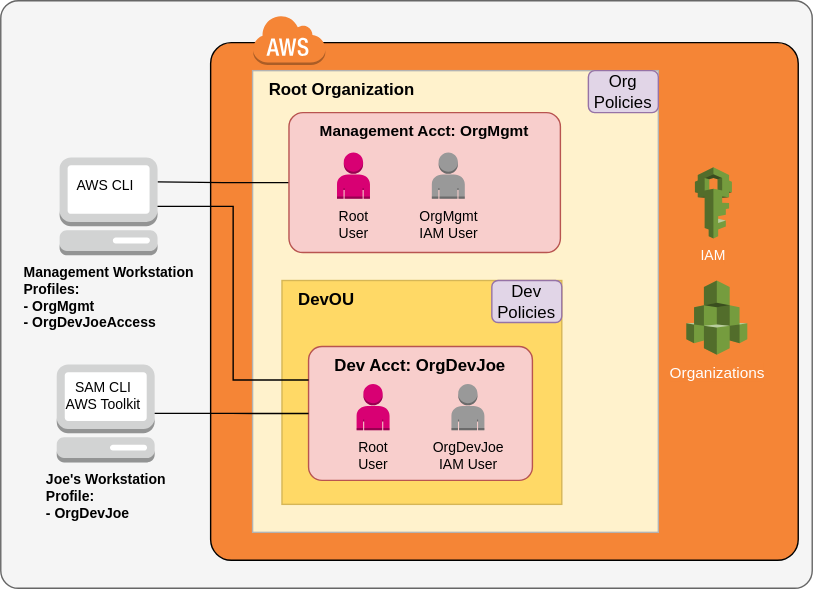
Above: src/assets/img/AwsSetupUsers1.svg in InSciCo/InSciCo (draw.io), before the change. Source tidied: cells renumbered, new cells last; positions are measured from the earlier drawing's top-left corner, leaving out a move shared by most shapes.
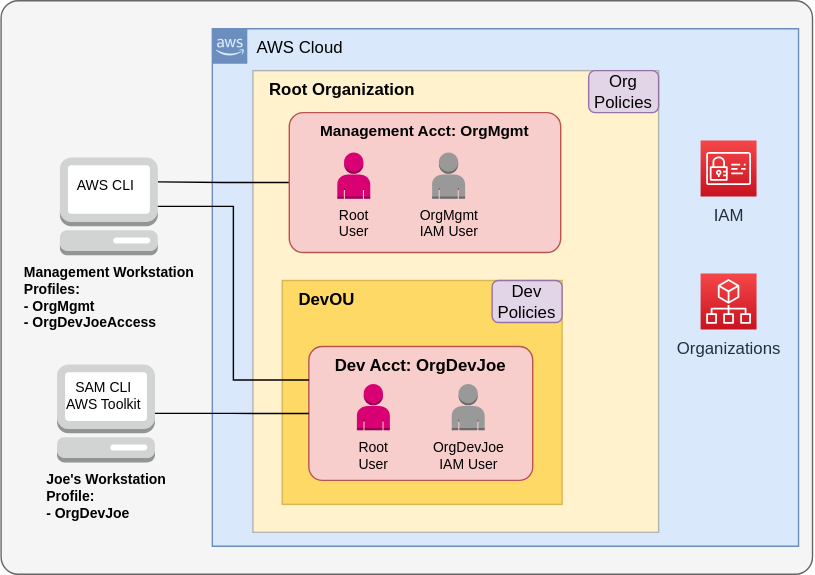
After the commit.

Change to the diagram source:
```diff
@@ -3,11 +3,11 @@
     <mxCell id="0" />
     <mxCell id="1" parent="0" />
     <mxCell id="2" style="rounded=1;whiteSpace=wrap;html=1;labelBackgroundColor=#ffffff;strokeWidth=1;fillColor=#f5f5f5;fontSize=10;fontColor=#333333;arcSize=3;strokeColor=#666666;" parent="1" vertex="1">
-      <mxGeometry width="580" height="420" as="geometry" />
+      <mxGeometry width="580" height="410" as="geometry" />
     </mxCell>
-    <mxCell id="3" style="rounded=1;arcSize=4;dashed=0;strokeWidth=1;fontSize=10;fillColor=#F58536;" parent="1" vertex="1">
-      <mxGeometry x="150" y="30" width="420" height="370" as="geometry" />
-    </mxCell>
+    <mxCell id="27" value="AWS Cloud" style="html=1;whiteSpace=wrap;fontSize=12;fontStyle=0;shape=mxgraph.aws4.group;grIcon=mxgraph.aws4.group_aws_cloud_alt;strokeColor=#6c8ebf;fillColor=#dae8fc;verticalAlign=top;align=left;spacingLeft=30;dashed=0;" parent="1" vertex="1">
+      <mxGeometry x="151" y="20" width="419" height="370" as="geometry" />
+    </mxCell>
     <mxCell id="4" value="Root Organization" style="rounded=0;whiteSpace=wrap;html=1;fillColor=#fff2cc;verticalAlign=top;align=left;spacingLeft=10;fontStyle=1;strokeColor=#B3B3B3;" parent="1" vertex="1">
       <mxGeometry x="180" y="50" width="290" height="330" as="geometry" />
     </mxCell>
@@ -26,9 +26,6 @@
     <mxCell id="9" value="Management Acct: OrgMgmt" style="rounded=1;arcSize=10;dashed=0;fillColor=#f8cecc;strokeWidth=1;fontSize=11;strokeColor=#b85450;verticalAlign=top;fontStyle=1;" parent="1" vertex="1">
       <mxGeometry x="206" y="80" width="194" height="100" as="geometry" />
     </mxCell>
-    <mxCell id="10" style="dashed=0;html=1;shape=mxgraph.aws3.cloud;fillColor=#F58536;gradientColor=none;dashed=0;strokeWidth=1;fontSize=10;fontColor=#000000;" parent="1" vertex="1">
-      <mxGeometry x="180" y="10" width="52" height="36" as="geometry" />
-    </mxCell>
     <mxCell id="11" style="group;" parent="1" vertex="1">
       <mxGeometry x="201" y="180" width="200" height="230" as="geometry" />
     </mxCell>
@@ -50,12 +47,6 @@
     <mxCell id="17" value="OrgDevJoe&lt;br&gt;IAM User" style="dashed=0;verticalLabelPosition=bottom;verticalAlign=top;align=center;html=1;shape=mxgraph.aws3.user;gradientColor=none;labelBackgroundColor=none;strokeWidth=1;fontSize=10;fontColor=#000000;fillColor=#999999;" parent="14" vertex="1">
       <mxGeometry x="102.1" y="26.8" width="23.6" height="33" as="geometry" />
     </mxCell>
-    <mxCell id="18" value="IAM" style="dashed=0;verticalLabelPosition=bottom;verticalAlign=top;align=center;html=1;shape=mxgraph.aws3.iam;fillColor=#759C3E;gradientColor=none;fontSize=10;fontColor=#FFFFFF;labelBackgroundColor=#F58536;" parent="1" vertex="1">
-      <mxGeometry x="496.2" y="119" width="26.4" height="51" as="geometry" />
-    </mxCell>
-    <mxCell id="19" value="Organizations" style="dashed=0;verticalLabelPosition=bottom;verticalAlign=top;align=center;html=1;shape=mxgraph.aws3.organizations;fillColor=#759C3E;gradientColor=none;strokeColor=#B3B3B3;strokeWidth=1;fontSize=11;fontColor=#FFFFFF;labelBackgroundColor=#F58536;" parent="1" vertex="1">
-      <mxGeometry x="490" y="200" width="43.6" height="53" as="geometry" />
-    </mxCell>
     <mxCell id="20" value="Root&lt;br&gt;User" style="dashed=0;verticalLabelPosition=bottom;verticalAlign=top;align=center;html=1;shape=mxgraph.aws3.user;labelBackgroundColor=none;strokeWidth=1;fontSize=10;fillColor=#d80073;strokeColor=#A50040;" parent="1" vertex="1">
       <mxGeometry x="240.3" y="108.5" width="23.6" height="33" as="geometry" />
     </mxCell>
@@ -77,5 +68,11 @@
     <mxCell id="26" style="edgeStyle=orthogonalEdgeStyle;rounded=0;jettySize=auto;html=1;exitX=1;exitY=0.5;exitDx=0;exitDy=0;exitPerimeter=0;entryX=0;entryY=0.25;entryDx=0;entryDy=0;endArrow=none;endFill=0;fontColor=#FFFFFF;" parent="1" edge="1" source="24" target="15">
       <mxGeometry relative="1" as="geometry" />
     </mxCell>
+    <mxCell id="18" value="IAM" style="fontColor=#232F3E;gradientColor=#F54749;gradientDirection=north;fillColor=#C7131F;strokeColor=#ffffff;dashed=0;verticalLabelPosition=bottom;verticalAlign=top;align=center;html=1;fontSize=12;fontStyle=0;shape=mxgraph.aws4.resourceIcon;resIcon=mxgraph.aws4.identity_and_access_management;" parent="1" vertex="1">
+      <mxGeometry x="500" y="100" width="40" height="40" as="geometry" />
+    </mxCell>
+    <mxCell id="19" value="Organizations" style="fontColor=#232F3E;gradientColor=#F54749;gradientDirection=north;fillColor=#C7131F;strokeColor=#ffffff;dashed=0;verticalLabelPosition=bottom;verticalAlign=top;align=center;html=1;fontSize=12;fontStyle=0;shape=mxgraph.aws4.resourceIcon;resIcon=mxgraph.aws4.organizations;" parent="1" vertex="1">
+      <mxGeometry x="500" y="195" width="40" height="40" as="geometry" />
+    </mxCell>
   </root>
 </mxGraphModel>
```
